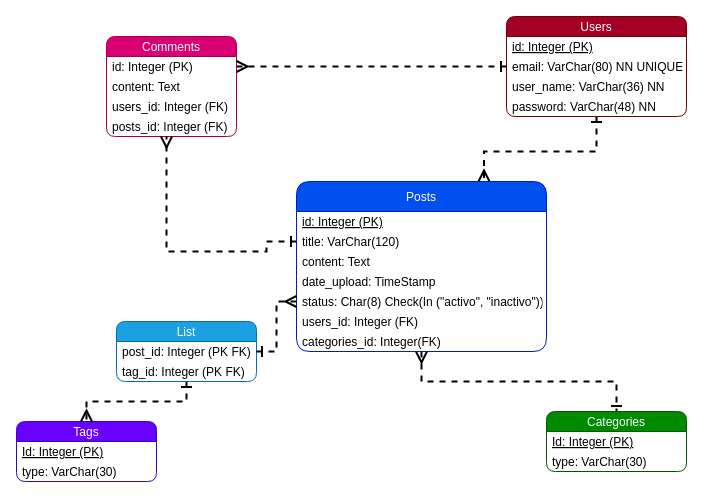
This is platzi_blog.drawio from Bl4ky113/Platzi_Data_Bases_Fundamentals, a draw.io file, before an edit. Source tidied: cells renumbered, new cells numbered last; positions are measured from the earlier drawing's top-left corner, leaving out a move shared by most shapes. Both pictures are drawn from the tidied source at 100%, with x=0, y=0 at pixel (16, 16).
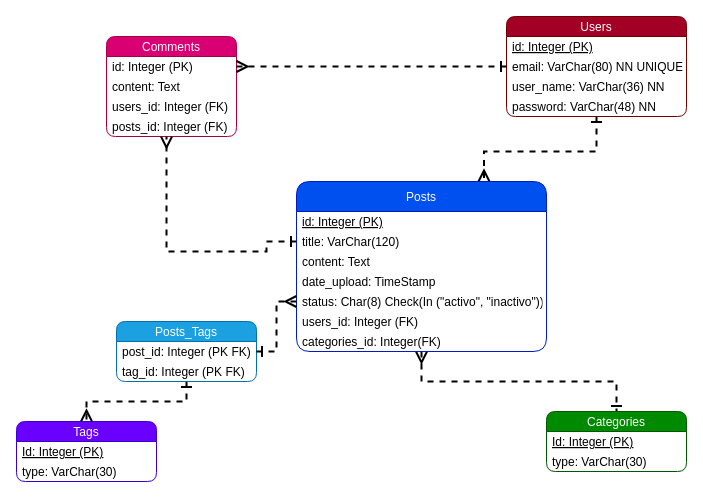
The same diagram, later.

Commit message (it also covers changes not shown here):
added notes 2nd module and added valuetypes and relations to db diagrams

Diff of the diagram source:
```diff
@@
-    <mxCell id="31" value="List" style="swimlane;fontStyle=0;horizontal=1;startSize=20;rounded=1;shadow=0;glass=0;sketch=0;strokeColor=#006EAF;strokeWidth=1;fillColor=#1ba1e2;fontColor=#ffffff;" parent="1" vertex="1">
+    <mxCell id="31" value="Posts_Tags" style="swimlane;fontStyle=0;horizontal=1;startSize=20;rounded=1;shadow=0;glass=0;sketch=0;strokeColor=#006EAF;strokeWidth=1;fillColor=#1ba1e2;fontColor=#ffffff;" parent="1" vertex="1">
       <mxGeometry x="100" y="305" width="140" height="60" as="geometry" />
     </mxCell>
```
